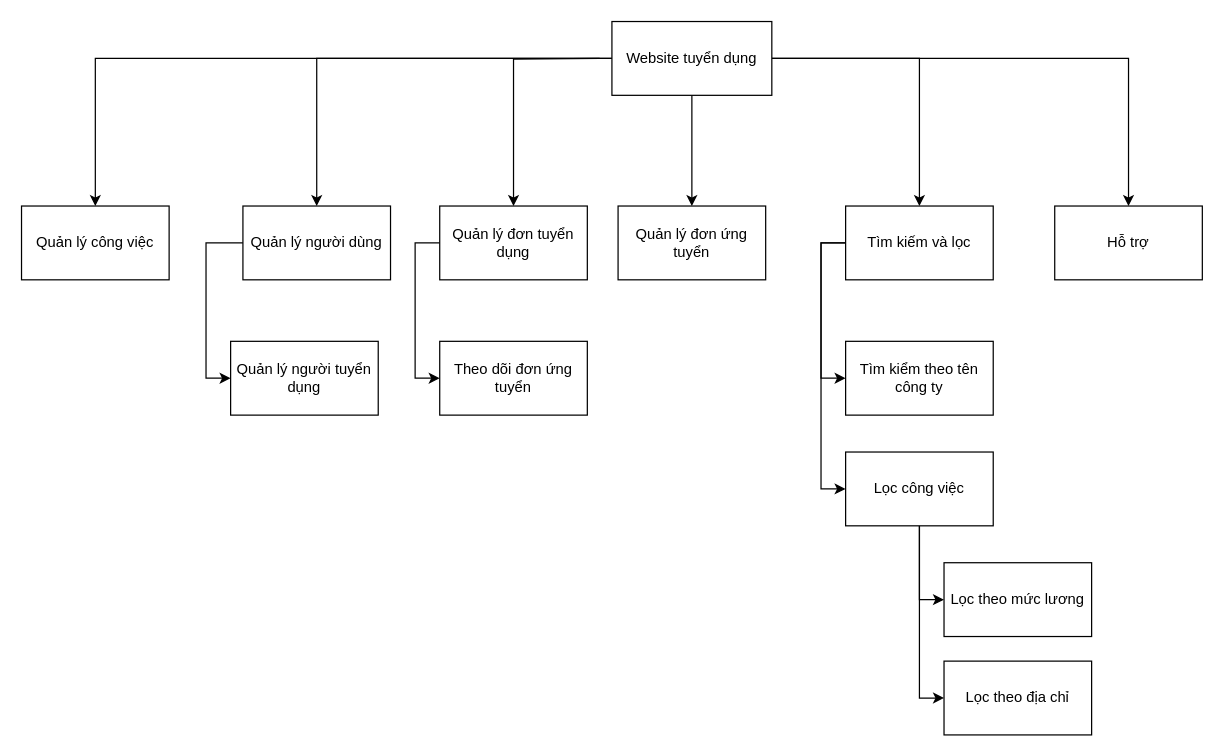
Before: PHANRACHUCNANG.drawio in LeeTaDa/LeTatDat, a draw.io diagram. Source tidied: cells renumbered, new cells numbered last; positions are measured from the earlier drawing's top-left corner, leaving out a move shared by most shapes. Both pictures are drawn from the tidied source at 123%, with x=0, y=0 at pixel (21, 21).
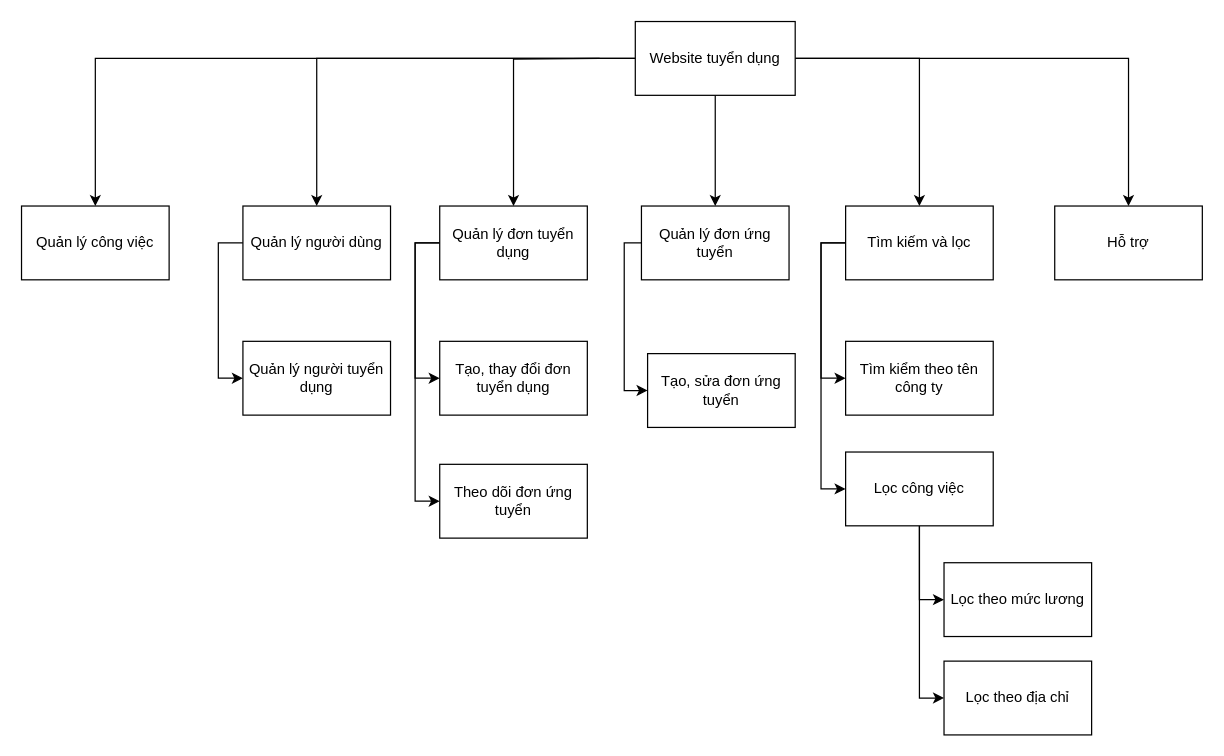
The same page after the edit.

The change refers to these unchanged cells:
```xml
<mxCell id="10" value="Quản lý đơn tuyển dụng" style="rounded=0;whiteSpace=wrap;html=1;" parent="1" vertex="1">
  <mxGeometry x="340" y="150" width="120" height="60" as="geometry" />
</mxCell>
<mxCell id="15" value="Quản lý người dùng" style="rounded=0;whiteSpace=wrap;html=1;" parent="1" vertex="1">
  <mxGeometry x="180" y="150" width="120" height="60" as="geometry" />
</mxCell>
```

Diff of the diagram source:
```diff
@@
-    <mxCell id="7" style="edgeStyle=orthogonalEdgeStyle;rounded=0;jettySize=auto;html=1;entryX=0.5;entryY=0;entryDx=0;entryDy=0;" parent="1" edge="1" source="8" target="25">
+    <mxCell id="7" style="rounded=0;jettySize=auto;html=1;entryX=0.5;entryY=0;entryDx=0;entryDy=0;" parent="1" edge="1" source="8" target="25">
       <mxGeometry relative="1" as="geometry" />
     </mxCell>
     <mxCell id="8" value="Website tuyển dụng" style="rounded=0;whiteSpace=wrap;html=1;" parent="1" vertex="1">
-      <mxGeometry x="480" width="130" height="60" as="geometry" />
+      <mxGeometry x="499" width="130" height="60" as="geometry" />
     </mxCell>
@@
+    <mxCell id="27" style="edgeStyle=elbowEdgeStyle;rounded=0;jettySize=auto;html=1;entryX=0;entryY=0.5;entryDx=0;entryDy=0;exitX=0;exitY=0.5;exitDx=0;exitDy=0;" parent="1" edge="1" source="10" target="30">
+      <mxGeometry relative="1" as="geometry">
+        <Array as="points">
+          <mxPoint x="320" y="250" />
+        </Array>
+      </mxGeometry>
+    </mxCell>
@@
     <mxCell id="14" style="edgeStyle=elbowEdgeStyle;rounded=0;jettySize=auto;html=1;entryX=0;entryY=0.5;entryDx=0;entryDy=0;" parent="1" edge="1" source="15" target="17">
       <mxGeometry relative="1" as="geometry">
         <Array as="points">
+          <mxPoint x="160" y="260" />
           <mxPoint x="150" y="260" />
         </Array>
       </mxGeometry>
     </mxCell>
@@
     <mxCell id="17" value="Quản lý người tuyển dụng" style="rounded=0;whiteSpace=wrap;html=1;" parent="1" vertex="1">
-      <mxGeometry x="170" y="260" width="120" height="60" as="geometry" />
+      <mxGeometry x="180" y="260" width="120" height="60" as="geometry" />
     </mxCell>
@@
+    <mxCell id="28" style="edgeStyle=elbowEdgeStyle;rounded=0;jettySize=auto;html=1;entryX=0;entryY=0.5;entryDx=0;entryDy=0;" parent="1" edge="1" source="25" target="29">
+      <mxGeometry relative="1" as="geometry">
+        <Array as="points">
+          <mxPoint x="490" y="240" />
+        </Array>
+      </mxGeometry>
+    </mxCell>
     <mxCell id="25" value="Quản lý đơn ứng tuyển" style="rounded=0;whiteSpace=wrap;html=1;" parent="1" vertex="1">
-      <mxGeometry x="485" y="150" width="120" height="60" as="geometry" />
+      <mxGeometry x="504" y="150" width="120" height="60" as="geometry" />
     </mxCell>
     <mxCell id="26" value="Theo dõi đơn ứng tuyển" style="rounded=0;whiteSpace=wrap;html=1;" parent="1" vertex="1">
-      <mxGeometry x="340" y="260" width="120" height="60" as="geometry" />
+      <mxGeometry x="340" y="360" width="120" height="60" as="geometry" />
     </mxCell>
+    <mxCell id="29" value="Tạo, sửa đơn ứng tuyển" style="rounded=0;whiteSpace=wrap;html=1;" parent="1" vertex="1">
+      <mxGeometry x="509" y="270" width="120" height="60" as="geometry" />
+    </mxCell>
+    <mxCell id="30" value="Tạo, thay đổi đơn tuyển dụng" style="rounded=0;whiteSpace=wrap;html=1;" parent="1" vertex="1">
+      <mxGeometry x="340" y="260" width="120" height="60" as="geometry" />
+    </mxCell>
```
